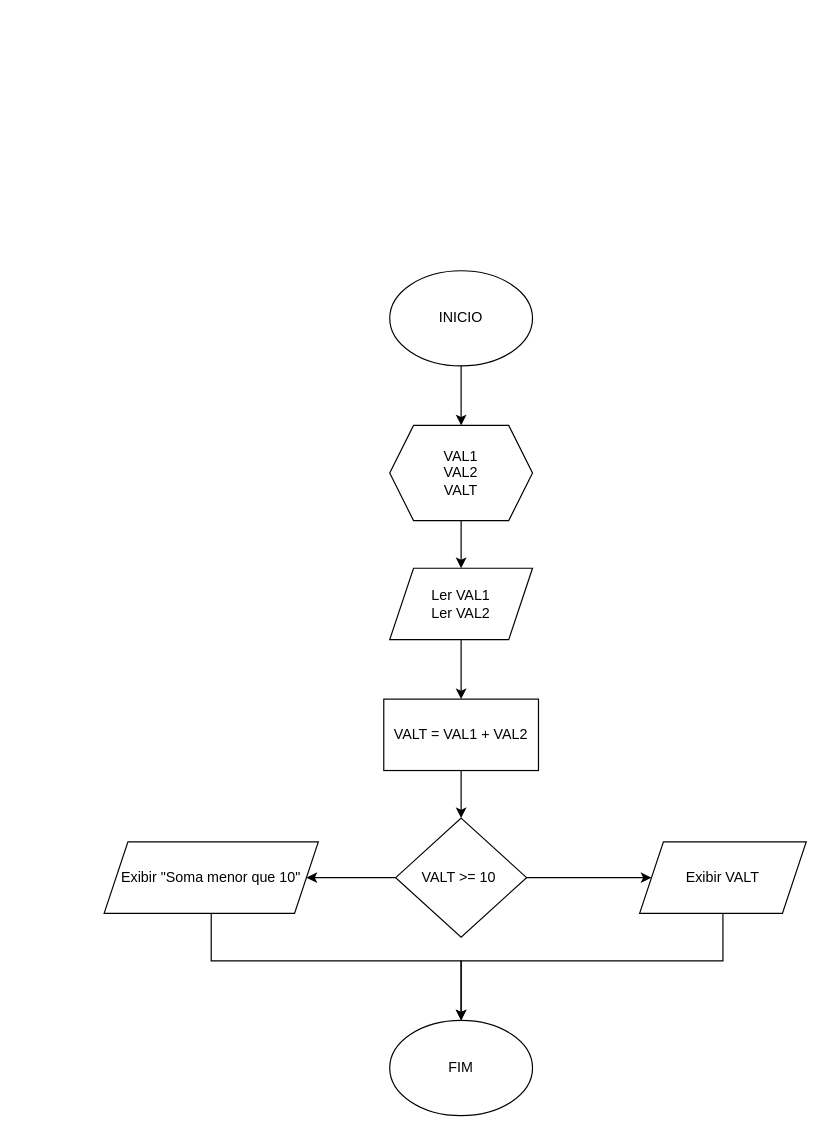
Earlier version of the draw.io diagram Atividades_LP1/Atividade2Questão8.drawio (Hevee06/Projetos_Diagrama.oi). Source tidied: cells renumbered, new cells numbered last; positions are measured from the earlier drawing's top-left corner, leaving out a move shared by most shapes. Both pictures are drawn from the tidied source at 119%, with x=0, y=0 at pixel (104, 270).
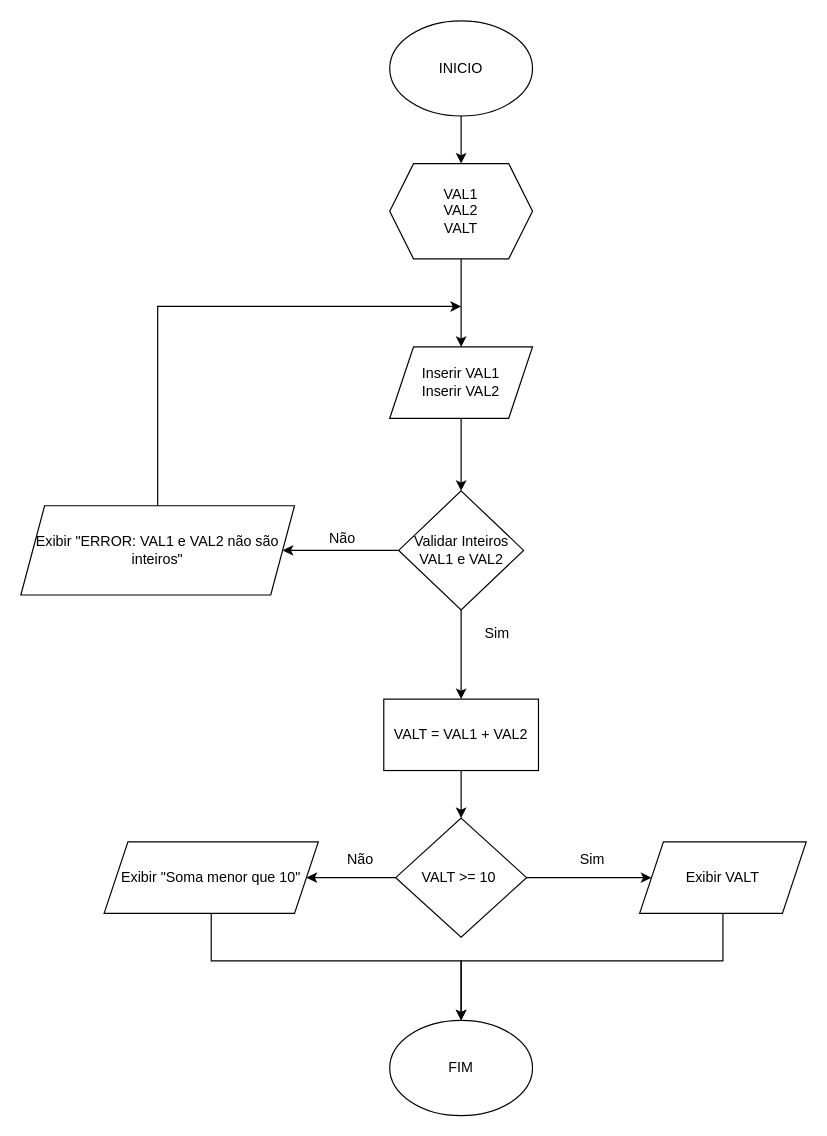
The same diagram, later.

The change refers to these unchanged cells:
```xml
<mxCell id="12" value="VALT = VAL1 + VAL2" style="rounded=0;whiteSpace=wrap;html=1;" parent="1" vertex="1">
  <mxGeometry x="235" y="360" width="130" height="60" as="geometry" />
</mxCell>
```

Diff of the diagram source:
```diff
@@
     <mxCell id="3" value="INICIO" style="ellipse;whiteSpace=wrap;html=1;" parent="1" vertex="1">
-      <mxGeometry x="240" width="120" height="80" as="geometry" />
+      <mxGeometry x="240" y="-210" width="120" height="80" as="geometry" />
     </mxCell>
@@
     <mxCell id="5" value="VAL1&lt;div&gt;VAL2&lt;/div&gt;&lt;div&gt;VALT&lt;/div&gt;" style="shape=hexagon;perimeter=hexagonPerimeter2;whiteSpace=wrap;html=1;fixedSize=1;" parent="1" vertex="1">
-      <mxGeometry x="240" y="130" width="120" height="80" as="geometry" />
+      <mxGeometry x="240" y="-90" width="120" height="80" as="geometry" />
     </mxCell>
-    <mxCell id="6" style="edgeStyle=orthogonalEdgeStyle;rounded=0;jettySize=auto;html=1;" parent="1" edge="1" source="7" target="12">
-      <mxGeometry relative="1" as="geometry" />
-    </mxCell>
+    <mxCell id="18" style="edgeStyle=orthogonalEdgeStyle;rounded=0;jettySize=auto;html=1;" parent="1" edge="1" source="7" target="21">
+      <mxGeometry relative="1" as="geometry" />
+    </mxCell>
-    <mxCell id="7" value="Ler VAL1&lt;div&gt;Ler VAL2&lt;/div&gt;" style="shape=parallelogram;perimeter=parallelogramPerimeter;whiteSpace=wrap;html=1;fixedSize=1;" parent="1" vertex="1">
-      <mxGeometry x="240" y="250" width="120" height="60" as="geometry" />
+    <mxCell id="7" value="Inserir VAL1&lt;div&gt;Inserir VAL2&lt;/div&gt;" style="shape=parallelogram;perimeter=parallelogramPerimeter;whiteSpace=wrap;html=1;fixedSize=1;" parent="1" vertex="1">
+      <mxGeometry x="240" y="64" width="120" height="60" as="geometry" />
     </mxCell>
@@
+    <mxCell id="19" style="edgeStyle=orthogonalEdgeStyle;rounded=0;jettySize=auto;html=1;" parent="1" edge="1" source="21" target="12">
+      <mxGeometry relative="1" as="geometry" />
+    </mxCell>
+    <mxCell id="20" style="edgeStyle=orthogonalEdgeStyle;rounded=0;jettySize=auto;html=1;" parent="1" edge="1" source="21" target="26">
+      <mxGeometry relative="1" as="geometry" />
+    </mxCell>
+    <mxCell id="21" value="Validar Inteiros VAL1 e VAL2" style="rhombus;whiteSpace=wrap;html=1;" parent="1" vertex="1">
+      <mxGeometry x="247.5" y="185" width="105" height="100" as="geometry" />
+    </mxCell>
+    <mxCell id="22" value="Não" style="text;html=1;align=center;verticalAlign=middle;strokeColor=none;fillColor=none;" parent="1" vertex="1">
+      <mxGeometry x="190" y="480" width="50" height="30" as="geometry" />
+    </mxCell>
+    <mxCell id="23" value="Sim" style="text;html=1;align=center;verticalAlign=middle;strokeColor=none;fillColor=none;" parent="1" vertex="1">
+      <mxGeometry x="390" y="480" width="40" height="30" as="geometry" />
+    </mxCell>
+    <mxCell id="24" value="Sim" style="text;html=1;align=center;verticalAlign=middle;strokeColor=none;fillColor=none;" parent="1" vertex="1">
+      <mxGeometry x="310" y="290" width="40" height="30" as="geometry" />
+    </mxCell>
+    <mxCell id="25" style="edgeStyle=orthogonalEdgeStyle;rounded=0;jettySize=auto;html=1;exitX=0.5;exitY=0;exitDx=0;exitDy=0;" parent="1" edge="1" source="26">
+      <mxGeometry relative="1" as="geometry">
+        <mxPoint x="300" y="30" as="targetPoint" />
+        <Array as="points">
+          <mxPoint x="45" y="30" />
+          <mxPoint x="300" y="30" />
+        </Array>
+      </mxGeometry>
+    </mxCell>
+    <mxCell id="26" value="Exibir &quot;ERROR: VAL1 e VAL2 não são inteiros&quot;" style="shape=parallelogram;perimeter=parallelogramPerimeter;whiteSpace=wrap;html=1;fixedSize=1;" parent="1" vertex="1">
+      <mxGeometry x="-70" y="197.5" width="230" height="75" as="geometry" />
+    </mxCell>
+    <mxCell id="27" value="Não" style="text;html=1;align=center;verticalAlign=middle;strokeColor=none;fillColor=none;" parent="1" vertex="1">
+      <mxGeometry x="175" y="210" width="50" height="30" as="geometry" />
+    </mxCell>
+    <mxCell id="28" style="edgeStyle=orthogonalEdgeStyle;rounded=0;orthogonalLoop=1;jettySize=auto;html=1;exitX=0.5;exitY=1;exitDx=0;exitDy=0;" parent="1" edge="1" source="7" target="7">
+      <mxGeometry relative="1" as="geometry" />
+    </mxCell>
```
